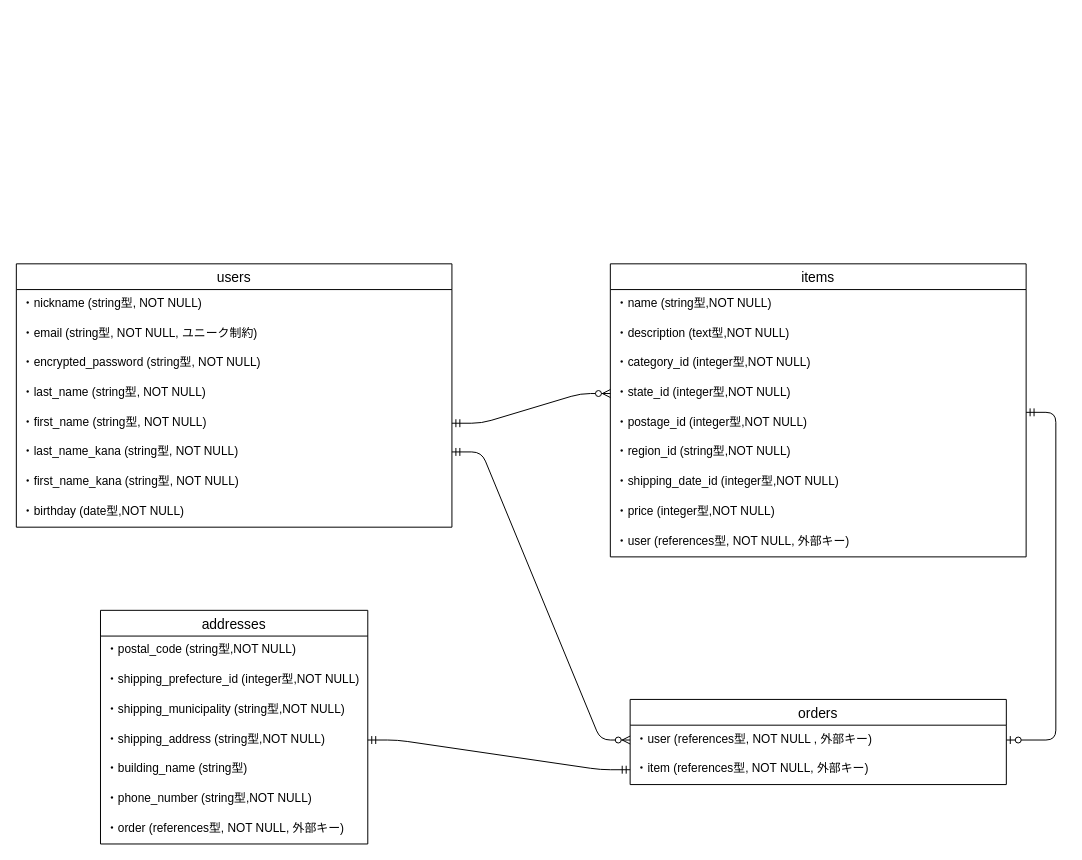
Before: furima.dio in hiddy0329/furima-36958, a draw.io diagram. Source tidied: cells renumbered, new cells numbered last; positions are measured from the earlier drawing's top-left corner, leaving out a move shared by most shapes. Both pictures are drawn from the tidied source at 99%, with x=0, y=0 at pixel (16, 263).
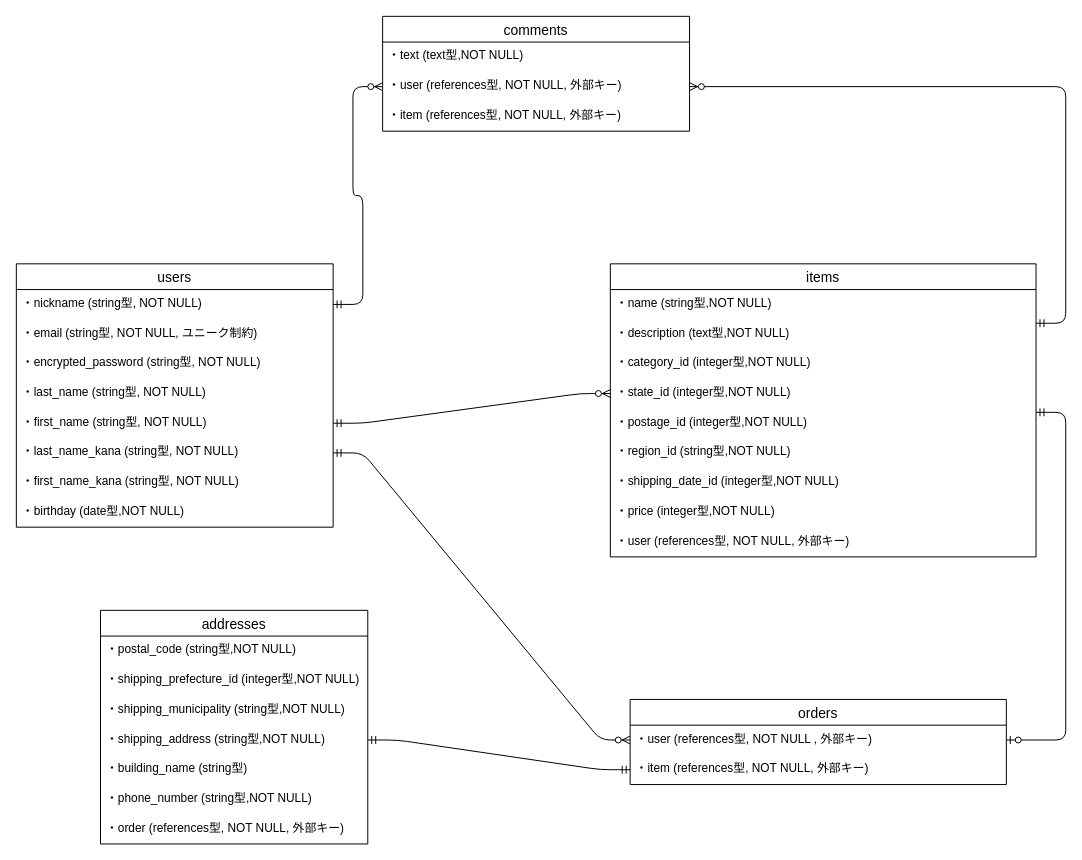
After the change.

The change refers to these unchanged cells:
```xml
<mxCell id="31" value="・user (references型, NOT NULL , 外部キー)" style="text;strokeColor=none;fillColor=none;spacingLeft=4;spacingRight=4;overflow=hidden;points=[[0,0.5],[1,0.5]];portConstraint=eastwest;fontSize=12;" parent="30" vertex="1">
  <mxGeometry y="26" width="380" height="30" as="geometry" />
</mxCell>
```

Diff of the diagram source:
```diff
@@
     <mxCell id="2" value="users" style="swimlane;fontStyle=0;horizontal=1;startSize=26;align=center;fontSize=14;" parent="1" vertex="1">
-      <mxGeometry width="440" height="266" as="geometry" />
+      <mxGeometry width="320" height="266" as="geometry" />
     </mxCell>
     <mxCell id="3" value="・nickname (string型, NOT NULL)" style="text;strokeColor=none;fillColor=none;spacingLeft=4;spacingRight=4;overflow=hidden;points=[[0,0.5],[1,0.5]];portConstraint=eastwest;fontSize=12;" parent="2" vertex="1">
-      <mxGeometry y="26" width="440" height="30" as="geometry" />
+      <mxGeometry y="26" width="320" height="30" as="geometry" />
     </mxCell>
     <mxCell id="4" value="・email (string型, NOT NULL, ユニーク制約)" style="text;strokeColor=none;fillColor=none;spacingLeft=4;spacingRight=4;overflow=hidden;fontSize=12;" parent="2" vertex="1">
-      <mxGeometry y="56" width="440" height="30" as="geometry" />
+      <mxGeometry y="56" width="320" height="30" as="geometry" />
     </mxCell>
     <mxCell id="5" value="・encrypted_password (string型, NOT NULL)" style="text;strokeColor=none;fillColor=none;spacingLeft=4;spacingRight=4;overflow=hidden;fontSize=12;" parent="2" vertex="1">
-      <mxGeometry y="86" width="440" height="30" as="geometry" />
+      <mxGeometry y="86" width="320" height="30" as="geometry" />
     </mxCell>
     <mxCell id="6" value="・last_name (string型, NOT NULL)" style="text;strokeColor=none;fillColor=none;spacingLeft=4;spacingRight=4;overflow=hidden;fontSize=12;" parent="2" vertex="1">
-      <mxGeometry y="116" width="440" height="30" as="geometry" />
+      <mxGeometry y="116" width="320" height="30" as="geometry" />
     </mxCell>
     <mxCell id="7" value="・first_name (string型, NOT NULL)" style="text;strokeColor=none;fillColor=none;spacingLeft=4;spacingRight=4;overflow=hidden;points=[[0,0.5],[1,0.5]];portConstraint=eastwest;fontSize=12;" parent="2" vertex="1">
-      <mxGeometry y="146" width="440" height="30" as="geometry" />
+      <mxGeometry y="146" width="320" height="30" as="geometry" />
     </mxCell>
     <mxCell id="8" value="・last_name_kana (string型, NOT NULL)" style="text;strokeColor=none;fillColor=none;spacingLeft=4;spacingRight=4;overflow=hidden;points=[[0,0.5],[1,0.5]];portConstraint=eastwest;fontSize=12;" parent="2" vertex="1">
-      <mxGeometry y="176" width="440" height="30" as="geometry" />
+      <mxGeometry y="176" width="320" height="30" as="geometry" />
     </mxCell>
     <mxCell id="9" value="・first_name_kana (string型, NOT NULL)" style="text;strokeColor=none;fillColor=none;spacingLeft=4;spacingRight=4;overflow=hidden;fontSize=12;" parent="2" vertex="1">
-      <mxGeometry y="206" width="440" height="30" as="geometry" />
+      <mxGeometry y="206" width="320" height="30" as="geometry" />
     </mxCell>
     <mxCell id="10" value="・birthday (date型,NOT NULL)" style="text;strokeColor=none;fillColor=none;spacingLeft=4;spacingRight=4;overflow=hidden;fontSize=12;" parent="2" vertex="1">
-      <mxGeometry y="236" width="440" height="30" as="geometry" />
+      <mxGeometry y="236" width="320" height="30" as="geometry" />
     </mxCell>
     <mxCell id="11" value="items" style="swimlane;fontStyle=0;horizontal=1;startSize=26;align=center;fontSize=14;" parent="1" vertex="1">
-      <mxGeometry x="600" width="420" height="296" as="geometry" />
+      <mxGeometry x="600" width="430" height="296" as="geometry" />
     </mxCell>
     <mxCell id="12" value="・name (string型,NOT NULL)&#10;" style="text;strokeColor=none;fillColor=none;spacingLeft=4;spacingRight=4;overflow=hidden;fontSize=12;" parent="11" vertex="1">
-      <mxGeometry y="26" width="420" height="30" as="geometry" />
+      <mxGeometry y="26" width="430" height="30" as="geometry" />
     </mxCell>
     <mxCell id="13" value="・description (text型,NOT NULL)" style="text;strokeColor=none;fillColor=none;spacingLeft=4;spacingRight=4;overflow=hidden;fontSize=12;" parent="11" vertex="1">
-      <mxGeometry y="56" width="420" height="30" as="geometry" />
+      <mxGeometry y="56" width="430" height="30" as="geometry" />
     </mxCell>
     <mxCell id="14" value="・category_id (integer型,NOT NULL)" style="text;strokeColor=none;fillColor=none;spacingLeft=4;spacingRight=4;overflow=hidden;fontSize=12;" parent="11" vertex="1">
-      <mxGeometry y="86" width="420" height="30" as="geometry" />
+      <mxGeometry y="86" width="430" height="30" as="geometry" />
     </mxCell>
     <mxCell id="15" value="・state_id (integer型,NOT NULL)" style="text;strokeColor=none;fillColor=none;spacingLeft=4;spacingRight=4;overflow=hidden;points=[[0,0.5],[1,0.5]];portConstraint=eastwest;fontSize=12;" parent="11" vertex="1">
-      <mxGeometry y="116" width="420" height="30" as="geometry" />
+      <mxGeometry y="116" width="430" height="30" as="geometry" />
     </mxCell>
     <mxCell id="16" value="・postage_id (integer型,NOT NULL)" style="text;strokeColor=none;fillColor=none;spacingLeft=4;spacingRight=4;overflow=hidden;fontSize=12;" parent="11" vertex="1">
-      <mxGeometry y="146" width="420" height="30" as="geometry" />
+      <mxGeometry y="146" width="430" height="30" as="geometry" />
     </mxCell>
     <mxCell id="17" value="・region_id (string型,NOT NULL)" style="text;strokeColor=none;fillColor=none;spacingLeft=4;spacingRight=4;overflow=hidden;fontSize=12;" parent="11" vertex="1">
-      <mxGeometry y="176" width="420" height="30" as="geometry" />
+      <mxGeometry y="176" width="430" height="30" as="geometry" />
     </mxCell>
     <mxCell id="18" value="・shipping_date_id (integer型,NOT NULL)" style="text;strokeColor=none;fillColor=none;spacingLeft=4;spacingRight=4;overflow=hidden;fontSize=12;" parent="11" vertex="1">
-      <mxGeometry y="206" width="420" height="30" as="geometry" />
+      <mxGeometry y="206" width="430" height="30" as="geometry" />
     </mxCell>
     <mxCell id="19" value="・price (integer型,NOT NULL)" style="text;strokeColor=none;fillColor=none;spacingLeft=4;spacingRight=4;overflow=hidden;fontSize=12;" parent="11" vertex="1">
-      <mxGeometry y="236" width="420" height="30" as="geometry" />
+      <mxGeometry y="236" width="430" height="30" as="geometry" />
     </mxCell>
     <mxCell id="20" value="・user (references型, NOT NULL, 外部キー)" style="text;strokeColor=none;fillColor=none;spacingLeft=4;spacingRight=4;overflow=hidden;fontSize=12;" parent="11" vertex="1">
-      <mxGeometry y="266" width="420" height="30" as="geometry" />
+      <mxGeometry y="266" width="430" height="30" as="geometry" />
     </mxCell>
@@
-    <mxCell id="29" style="edgeStyle=entityRelationEdgeStyle;fontSize=12;html=1;endArrow=ERzeroToMany;startArrow=ERmandOne;entryX=0;entryY=0.5;entryDx=0;entryDy=0;" parent="1" edge="1" target="15">
-      <mxGeometry relative="1" as="geometry">
-        <mxPoint x="440" y="161" as="sourcePoint" />
-      </mxGeometry>
+    <mxCell id="29" style="edgeStyle=entityRelationEdgeStyle;fontSize=12;html=1;endArrow=ERzeroToMany;startArrow=ERmandOne;entryX=0;entryY=0.5;entryDx=0;entryDy=0;exitX=1;exitY=0.5;exitDx=0;exitDy=0;" parent="1" edge="1" source="7" target="15">
+      <mxGeometry relative="1" as="geometry" />
     </mxCell>
@@
-    <mxCell id="33" style="edgeStyle=entityRelationEdgeStyle;fontSize=12;html=1;endArrow=ERzeroToMany;startArrow=ERmandOne;entryX=0;entryY=0.5;entryDx=0;entryDy=0;" parent="1" edge="1" target="31">
-      <mxGeometry relative="1" as="geometry">
-        <mxPoint x="440" y="190" as="sourcePoint" />
-      </mxGeometry>
+    <mxCell id="33" style="edgeStyle=entityRelationEdgeStyle;fontSize=12;html=1;endArrow=ERzeroToMany;startArrow=ERmandOne;entryX=0;entryY=0.5;entryDx=0;entryDy=0;exitX=1;exitY=0.5;exitDx=0;exitDy=0;" parent="1" edge="1" source="8" target="31">
+      <mxGeometry relative="1" as="geometry" />
     </mxCell>
     <mxCell id="34" style="edgeStyle=entityRelationEdgeStyle;fontSize=12;html=1;endArrow=ERzeroToOne;startArrow=ERmandOne;entryX=1;entryY=0.5;entryDx=0;entryDy=0;" parent="1" edge="1" target="31">
       <mxGeometry relative="1" as="geometry">
-        <mxPoint x="1020" y="150" as="sourcePoint" />
+        <mxPoint x="1030" y="150" as="sourcePoint" />
       </mxGeometry>
     </mxCell>
@@
+    <mxCell id="36" value="comments" style="swimlane;fontStyle=0;horizontal=1;startSize=26;align=center;fontSize=14;" parent="1" vertex="1">
+      <mxGeometry x="370" y="-250" width="310" height="116" as="geometry" />
+    </mxCell>
+    <mxCell id="37" value="・text (text型,NOT NULL)&#10;" style="text;strokeColor=none;fillColor=none;spacingLeft=4;spacingRight=4;overflow=hidden;fontSize=12;" parent="36" vertex="1">
+      <mxGeometry y="26" width="310" height="30" as="geometry" />
+    </mxCell>
+    <mxCell id="38" value="・user (references型, NOT NULL, 外部キー)" style="text;strokeColor=none;fillColor=none;spacingLeft=4;spacingRight=4;overflow=hidden;points=[[0,0.5],[1,0.5]];portConstraint=eastwest;fontSize=12;" parent="36" vertex="1">
+      <mxGeometry y="56" width="310" height="30" as="geometry" />
+    </mxCell>
+    <mxCell id="39" value="・item (references型, NOT NULL, 外部キー)" style="text;strokeColor=none;fillColor=none;spacingLeft=4;spacingRight=4;overflow=hidden;fontSize=12;" parent="36" vertex="1">
+      <mxGeometry y="86" width="310" height="30" as="geometry" />
+    </mxCell>
+    <mxCell id="40" style="edgeStyle=entityRelationEdgeStyle;fontSize=12;html=1;endArrow=ERzeroToMany;startArrow=ERmandOne;entryX=0;entryY=0.5;entryDx=0;entryDy=0;exitX=1;exitY=0.5;exitDx=0;exitDy=0;" parent="1" edge="1" source="3" target="38">
+      <mxGeometry relative="1" as="geometry" />
+    </mxCell>
+    <mxCell id="41" style="edgeStyle=entityRelationEdgeStyle;fontSize=12;html=1;endArrow=ERzeroToMany;startArrow=ERmandOne;entryX=1;entryY=0.5;entryDx=0;entryDy=0;" parent="1" edge="1" target="38">
+      <mxGeometry relative="1" as="geometry">
+        <mxPoint x="1030" y="60" as="sourcePoint" />
+      </mxGeometry>
+    </mxCell>
```
